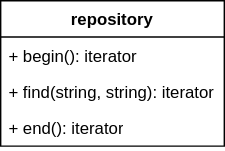
Before: doc/repository.svg, a diagram exported from draw.io (vitalii-samoilenko/ai-chat-bot). Source tidied: cells renumbered, new cells last; positions are measured from the earlier drawing's top-left corner, leaving out a move shared by most shapes. The source it was exported from:
```xml
<mxGraphModel>
  <root>
    <mxCell id="0" />
    <mxCell id="1" parent="0" />
    <mxCell id="2" value="repository" style="swimlane;fontStyle=1;align=center;verticalAlign=top;horizontal=1;startSize=26;whiteSpace=wrap;html=1;" parent="1" vertex="1">
      <mxGeometry width="160" height="104" as="geometry" />
    </mxCell>
    <mxCell id="3" value="+ begin(): iterator" style="text;strokeColor=none;fillColor=none;align=left;verticalAlign=top;spacingLeft=4;spacingRight=4;overflow=hidden;whiteSpace=wrap;html=1;" parent="2" vertex="1">
      <mxGeometry y="26" width="160" height="26" as="geometry" />
    </mxCell>
    <mxCell id="4" value="+ find(string, string): iterator" style="text;strokeColor=none;fillColor=none;align=left;verticalAlign=top;spacingLeft=4;spacingRight=4;overflow=hidden;whiteSpace=wrap;html=1;" parent="2" vertex="1">
      <mxGeometry y="52" width="160" height="26" as="geometry" />
    </mxCell>
    <mxCell id="5" value="+ end(): iterator" style="text;strokeColor=none;fillColor=none;align=left;verticalAlign=top;spacingLeft=4;spacingRight=4;overflow=hidden;whiteSpace=wrap;html=1;" parent="2" vertex="1">
      <mxGeometry y="78" width="160" height="26" as="geometry" />
    </mxCell>
  </root>
</mxGraphModel>
```
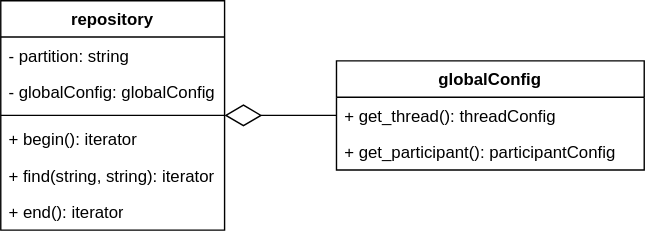
The same file after the commit.

Diff of the diagram source:
```diff
@@ -3,16 +3,37 @@
     <mxCell id="0" />
     <mxCell id="1" parent="0" />
     <mxCell id="2" value="repository" style="swimlane;fontStyle=1;align=center;verticalAlign=top;horizontal=1;startSize=26;whiteSpace=wrap;html=1;" parent="1" vertex="1">
-      <mxGeometry width="160" height="104" as="geometry" />
+      <mxGeometry width="160" height="164" as="geometry" />
     </mxCell>
+    <mxCell id="6" value="- partition: string" style="text;strokeColor=none;fillColor=none;align=left;verticalAlign=top;spacingLeft=4;spacingRight=4;overflow=hidden;whiteSpace=wrap;html=1;" parent="2" vertex="1">
+      <mxGeometry y="26" width="160" height="26" as="geometry" />
+    </mxCell>
+    <mxCell id="7" value="- globalConfig: globalConfig" style="text;strokeColor=none;fillColor=none;align=left;verticalAlign=top;spacingLeft=4;spacingRight=4;overflow=hidden;whiteSpace=wrap;html=1;" parent="2" vertex="1">
+      <mxGeometry y="52" width="160" height="26" as="geometry" />
+    </mxCell>
+    <mxCell id="8" style="line;strokeWidth=1;fillColor=none;align=left;verticalAlign=middle;spacingTop=-1;spacingLeft=3;spacingRight=3;labelPosition=right;strokeColor=inherit;" parent="2" vertex="1">
+      <mxGeometry y="78" width="160" height="8" as="geometry" />
+    </mxCell>
     <mxCell id="3" value="+ begin(): iterator" style="text;strokeColor=none;fillColor=none;align=left;verticalAlign=top;spacingLeft=4;spacingRight=4;overflow=hidden;whiteSpace=wrap;html=1;" parent="2" vertex="1">
-      <mxGeometry y="26" width="160" height="26" as="geometry" />
+      <mxGeometry y="86" width="160" height="26" as="geometry" />
     </mxCell>
     <mxCell id="4" value="+ find(string, string): iterator" style="text;strokeColor=none;fillColor=none;align=left;verticalAlign=top;spacingLeft=4;spacingRight=4;overflow=hidden;whiteSpace=wrap;html=1;" parent="2" vertex="1">
-      <mxGeometry y="52" width="160" height="26" as="geometry" />
+      <mxGeometry y="112" width="160" height="26" as="geometry" />
     </mxCell>
     <mxCell id="5" value="+ end(): iterator" style="text;strokeColor=none;fillColor=none;align=left;verticalAlign=top;spacingLeft=4;spacingRight=4;overflow=hidden;whiteSpace=wrap;html=1;" parent="2" vertex="1">
-      <mxGeometry y="78" width="160" height="26" as="geometry" />
+      <mxGeometry y="138" width="160" height="26" as="geometry" />
     </mxCell>
+    <mxCell id="9" value="globalConfig" style="swimlane;fontStyle=1;align=center;verticalAlign=top;horizontal=1;startSize=26;whiteSpace=wrap;html=1;" parent="1" vertex="1">
+      <mxGeometry x="240" y="43" width="220" height="78" as="geometry" />
+    </mxCell>
+    <mxCell id="10" value="+ get_thread(): threadConfig" style="text;strokeColor=none;fillColor=none;align=left;verticalAlign=top;spacingLeft=4;spacingRight=4;overflow=hidden;whiteSpace=wrap;html=1;" parent="9" vertex="1">
+      <mxGeometry y="26" width="220" height="26" as="geometry" />
+    </mxCell>
+    <mxCell id="11" value="+ get_participant(): participantConfig" style="text;strokeColor=none;fillColor=none;align=left;verticalAlign=top;spacingLeft=4;spacingRight=4;overflow=hidden;whiteSpace=wrap;html=1;" parent="9" vertex="1">
+      <mxGeometry y="52" width="220" height="26" as="geometry" />
+    </mxCell>
+    <mxCell id="12" style="endArrow=diamondThin;endFill=0;endSize=24;html=1;rounded=0;" parent="1" edge="1" source="9" target="2">
+      <mxGeometry relative="1" as="geometry" />
+    </mxCell>
   </root>
 </mxGraphModel>
```
